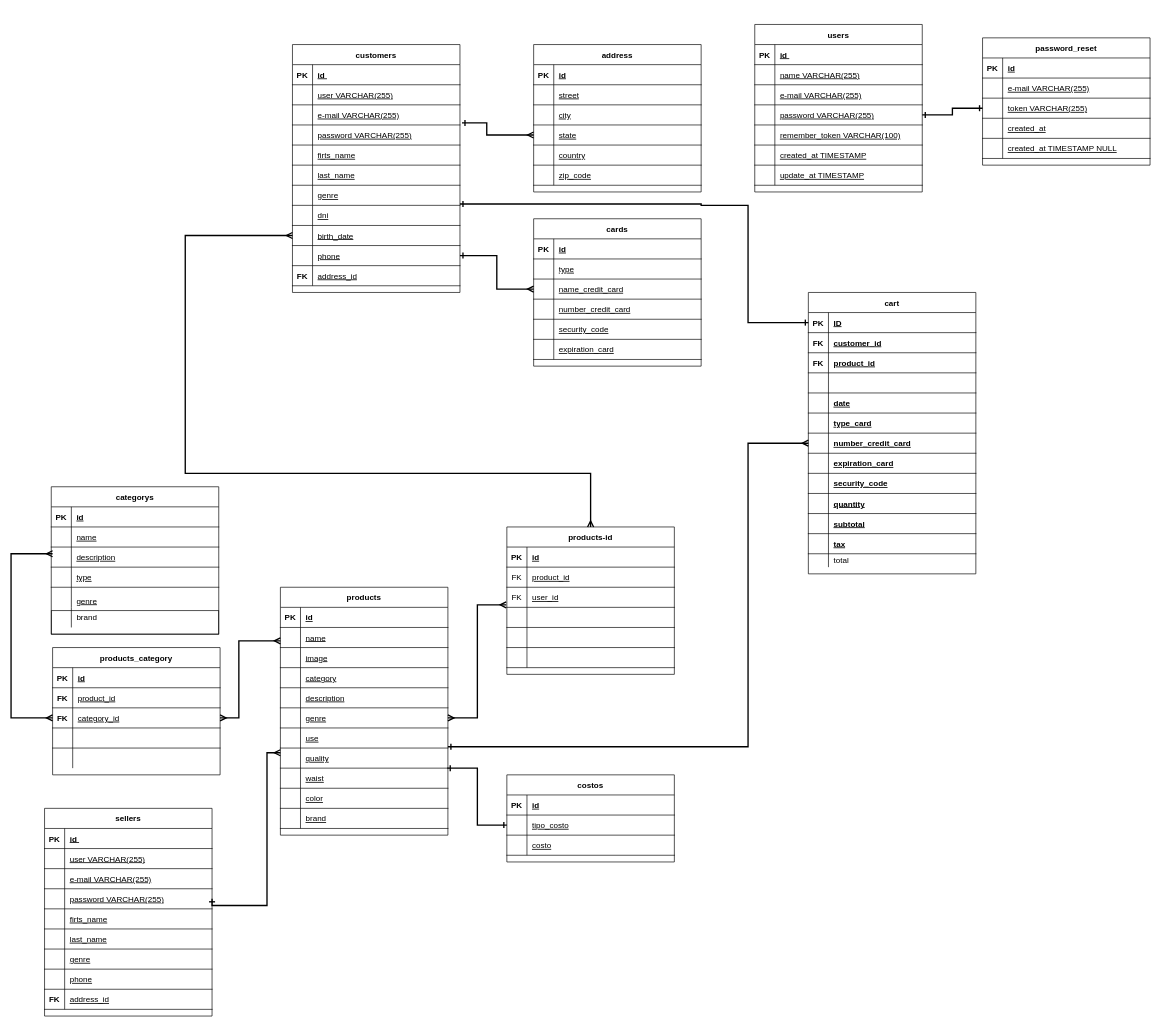
Before: Untitled Diagram.drawio in canetemauricio/equipo11, a draw.io diagram. Source tidied: cells renumbered, new cells numbered last; positions are measured from the earlier drawing's top-left corner, leaving out a move shared by most shapes. Both pictures are drawn from the tidied source at 67%, with x=0, y=0 at pixel (11, 24).
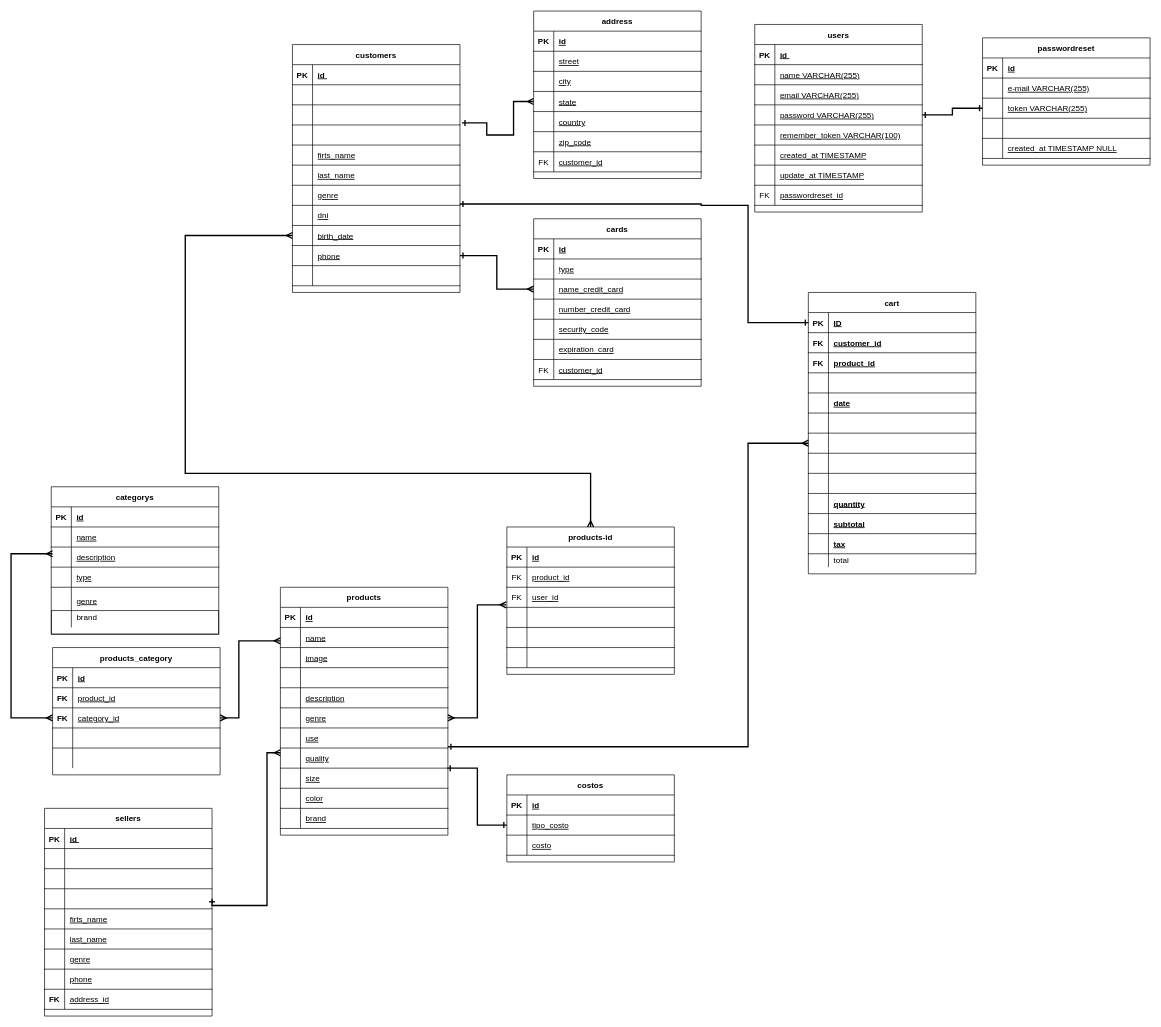
The same diagram, later.

Unchanged cells that the change refers to:
```xml
<mxCell id="7" style="shape=partialRectangle;fillColor=none;top=0;left=0;right=0;bottom=1;fontStyle=0;" parent="3" vertex="1">
  <mxGeometry y="60" width="250" height="30" as="geometry" />
</mxCell>
<mxCell id="10" style="shape=partialRectangle;fillColor=none;top=0;left=0;right=0;bottom=1;fontStyle=0;" parent="3" vertex="1">
  <mxGeometry y="90" width="250" height="30" as="geometry" />
</mxCell>
<mxCell id="13" style="shape=partialRectangle;fillColor=none;top=0;left=0;right=0;bottom=1;fontStyle=0;" parent="3" vertex="1">
  <mxGeometry y="120" width="250" height="30" as="geometry" />
</mxCell>
<mxCell id="34" style="shape=partialRectangle;fillColor=none;top=0;left=0;right=0;bottom=1;fontStyle=0;" parent="3" vertex="1">
  <mxGeometry y="330" width="250" height="30" as="geometry" />
</mxCell>
<mxCell id="47" style="shape=partialRectangle;fillColor=none;top=0;left=0;right=0;bottom=1;fontStyle=0;" parent="37" vertex="1">
  <mxGeometry y="120" width="250" height="30" as="geometry" />
</mxCell>
<mxCell id="62" style="shape=partialRectangle;fillColor=none;points=[[0,0.5],[1,0.5]];portConstraint=eastwest;top=0;left=0;right=0;bottom=1;fontStyle=0;" parent="37" vertex="1">
  <mxGeometry y="270" width="250" height="30" as="geometry" />
</mxCell>
<mxCell id="87" style="shape=partialRectangle;fillColor=none;top=0;left=0;right=0;bottom=1;" parent="71" vertex="1">
  <mxGeometry y="180" width="250" height="30" as="geometry" />
</mxCell>
<mxCell id="90" style="shape=partialRectangle;fillColor=none;points=[[0,0.5],[1,0.5]];portConstraint=eastwest;top=0;left=0;right=0;bottom=1;" parent="71" vertex="1">
  <mxGeometry y="210" width="250" height="30" as="geometry" />
</mxCell>
<mxCell id="93" style="shape=partialRectangle;fillColor=none;top=0;left=0;right=0;bottom=1;" parent="71" vertex="1">
  <mxGeometry y="240" width="250" height="30" as="geometry" />
</mxCell>
<mxCell id="96" style="shape=partialRectangle;fillColor=none;top=0;left=0;right=0;bottom=1;" parent="71" vertex="1">
  <mxGeometry y="270" width="250" height="30" as="geometry" />
</mxCell>
<mxCell id="140" style="shape=partialRectangle;fillColor=none;points=[[0,0.5],[1,0.5]];portConstraint=eastwest;top=0;left=0;right=0;bottom=1;fontStyle=0;" parent="130" vertex="1">
  <mxGeometry y="120" width="250" height="30" as="geometry" />
</mxCell>
<mxCell id="183" style="shape=partialRectangle;fillColor=none;top=0;left=0;right=0;bottom=1;fontStyle=0;" parent="173" vertex="1">
  <mxGeometry y="120" width="250" height="30" as="geometry" />
</mxCell>
<mxCell id="198" style="shape=partialRectangle;fillColor=none;top=0;left=0;right=0;bottom=1;fontStyle=0;" parent="191" vertex="1">
  <mxGeometry y="90" width="250" height="30" as="geometry" />
</mxCell>
<mxCell id="220" style="shape=partialRectangle;fillColor=none;top=0;left=0;right=0;bottom=1;fontStyle=0;" parent="216" vertex="1">
  <mxGeometry y="60" width="250" height="30" as="geometry" />
</mxCell>
<mxCell id="223" style="shape=partialRectangle;fillColor=none;top=0;left=0;right=0;bottom=1;fontStyle=0;" parent="216" vertex="1">
  <mxGeometry y="90" width="250" height="30" as="geometry" />
</mxCell>
<mxCell id="226" style="shape=partialRectangle;fillColor=none;points=[[0,0.5],[1,0.5]];portConstraint=eastwest;top=0;left=0;right=0;bottom=1;fontStyle=0;" parent="216" vertex="1">
  <mxGeometry y="120" width="250" height="30" as="geometry" />
</mxCell>
```

What changed in the source:
```diff
@@
-    <mxCell id="9" value="user VARCHAR(255)" style="shape=partialRectangle;overflow=hidden;fillColor=none;top=0;left=0;bottom=0;right=0;align=left;spacingLeft=6;fontStyle=4;" parent="7" vertex="1">
+    <mxCell id="9" style="shape=partialRectangle;overflow=hidden;fillColor=none;top=0;left=0;bottom=0;right=0;align=left;spacingLeft=6;fontStyle=4;" parent="7" vertex="1">
       <mxGeometry x="30" width="220" height="30" as="geometry" />
     </mxCell>
@@
-    <mxCell id="12" value="e-mail VARCHAR(255)" style="shape=partialRectangle;overflow=hidden;fillColor=none;top=0;left=0;bottom=0;right=0;align=left;spacingLeft=6;fontStyle=4;" parent="10" vertex="1">
+    <mxCell id="12" style="shape=partialRectangle;overflow=hidden;fillColor=none;top=0;left=0;bottom=0;right=0;align=left;spacingLeft=6;fontStyle=4;" parent="10" vertex="1">
       <mxGeometry x="30" width="220" height="30" as="geometry" />
     </mxCell>
@@
-    <mxCell id="15" value="password VARCHAR(255)" style="shape=partialRectangle;overflow=hidden;fillColor=none;top=0;left=0;bottom=0;right=0;align=left;spacingLeft=6;fontStyle=4;" parent="13" vertex="1">
+    <mxCell id="15" style="shape=partialRectangle;overflow=hidden;fillColor=none;top=0;left=0;bottom=0;right=0;align=left;spacingLeft=6;fontStyle=4;" parent="13" vertex="1">
       <mxGeometry x="30" width="220" height="30" as="geometry" />
     </mxCell>
@@
-    <mxCell id="35" value="FK" style="shape=partialRectangle;overflow=hidden;fillColor=none;top=0;left=0;bottom=0;right=0;fontStyle=1;labelBorderColor=none;" parent="34" vertex="1">
+    <mxCell id="35" style="shape=partialRectangle;overflow=hidden;fillColor=none;top=0;left=0;bottom=0;right=0;fontStyle=1;labelBorderColor=none;" parent="34" vertex="1">
       <mxGeometry width="30" height="30" as="geometry" />
     </mxCell>
-    <mxCell id="36" value="address_id" style="shape=partialRectangle;overflow=hidden;fillColor=none;top=0;left=0;bottom=0;right=0;align=left;spacingLeft=6;fontStyle=4;" parent="34" vertex="1">
+    <mxCell id="36" style="shape=partialRectangle;overflow=hidden;fillColor=none;top=0;left=0;bottom=0;right=0;align=left;spacingLeft=6;fontStyle=4;" parent="34" vertex="1">
       <mxGeometry x="30" width="220" height="30" as="geometry" />
     </mxCell>
@@
-    <mxCell id="49" value="category" style="shape=partialRectangle;overflow=hidden;fillColor=none;top=0;left=0;bottom=0;right=0;align=left;spacingLeft=6;fontStyle=4;" parent="47" vertex="1">
+    <mxCell id="49" style="shape=partialRectangle;overflow=hidden;fillColor=none;top=0;left=0;bottom=0;right=0;align=left;spacingLeft=6;fontStyle=4;" parent="47" vertex="1">
       <mxGeometry x="30" width="220" height="30" as="geometry" />
     </mxCell>
@@
-    <mxCell id="64" value="waist" style="shape=partialRectangle;overflow=hidden;fillColor=none;top=0;left=0;bottom=0;right=0;align=left;spacingLeft=6;fontStyle=4;" parent="62" vertex="1">
+    <mxCell id="64" value="size" style="shape=partialRectangle;overflow=hidden;fillColor=none;top=0;left=0;bottom=0;right=0;align=left;spacingLeft=6;fontStyle=4;" parent="62" vertex="1">
       <mxGeometry x="30" width="220" height="30" as="geometry" />
     </mxCell>
@@
-    <mxCell id="89" value="type_card" style="shape=partialRectangle;overflow=hidden;fillColor=none;top=0;left=0;bottom=0;right=0;align=left;spacingLeft=6;fontStyle=5;" parent="87" vertex="1">
+    <mxCell id="89" style="shape=partialRectangle;overflow=hidden;fillColor=none;top=0;left=0;bottom=0;right=0;align=left;spacingLeft=6;fontStyle=5;" parent="87" vertex="1">
       <mxGeometry x="30" width="220" height="30" as="geometry" />
     </mxCell>
@@
-    <mxCell id="92" value="number_credit_card" style="shape=partialRectangle;overflow=hidden;fillColor=none;top=0;left=0;bottom=0;right=0;align=left;spacingLeft=6;fontStyle=5;" parent="90" vertex="1">
+    <mxCell id="92" style="shape=partialRectangle;overflow=hidden;fillColor=none;top=0;left=0;bottom=0;right=0;align=left;spacingLeft=6;fontStyle=5;" parent="90" vertex="1">
       <mxGeometry x="30" width="220" height="30" as="geometry" />
     </mxCell>
@@
-    <mxCell id="95" value="expiration_card" style="shape=partialRectangle;overflow=hidden;fillColor=none;top=0;left=0;bottom=0;right=0;align=left;spacingLeft=6;fontStyle=5;" parent="93" vertex="1">
+    <mxCell id="95" style="shape=partialRectangle;overflow=hidden;fillColor=none;top=0;left=0;bottom=0;right=0;align=left;spacingLeft=6;fontStyle=5;" parent="93" vertex="1">
       <mxGeometry x="30" width="220" height="30" as="geometry" />
     </mxCell>
@@
-    <mxCell id="98" value="security_code" style="shape=partialRectangle;overflow=hidden;fillColor=none;top=0;left=0;bottom=0;right=0;align=left;spacingLeft=6;fontStyle=5;" parent="96" vertex="1">
+    <mxCell id="98" style="shape=partialRectangle;overflow=hidden;fillColor=none;top=0;left=0;bottom=0;right=0;align=left;spacingLeft=6;fontStyle=5;" parent="96" vertex="1">
       <mxGeometry x="30" width="220" height="30" as="geometry" />
     </mxCell>
@@
     <mxCell id="111" value="cards" style="shape=table;startSize=30;childLayout=tableLayout;rowLines=0;fontStyle=1;align=center;" parent="1" vertex="1">
-      <mxGeometry x="780" y="290" width="250" height="220" as="geometry" />
+      <mxGeometry x="780" y="290" width="250" height="250" as="geometry" />
     </mxCell>
@@
+    <mxCell id="299" style="shape=partialRectangle;fillColor=none;top=0;left=0;right=0;bottom=1;fontStyle=0;" parent="111" vertex="1">
+      <mxGeometry y="210" width="250" height="30" as="geometry" />
+    </mxCell>
+    <mxCell id="300" value="FK" style="shape=partialRectangle;overflow=hidden;fillColor=none;top=0;left=0;bottom=0;right=0;fontStyle=0;" parent="299" vertex="1">
+      <mxGeometry width="30" height="30" as="geometry" />
+    </mxCell>
+    <mxCell id="301" value="customer_id" style="shape=partialRectangle;overflow=hidden;fillColor=none;top=0;left=0;bottom=0;right=0;align=left;spacingLeft=6;fontStyle=4;" parent="299" vertex="1">
+      <mxGeometry x="30" width="220" height="30" as="geometry" />
+    </mxCell>
     <mxCell id="130" value="address" style="shape=table;startSize=30;childLayout=tableLayout;rowLines=0;fontStyle=1;align=center;" parent="1" vertex="1">
-      <mxGeometry x="780" y="30" width="250" height="220" as="geometry" />
+      <mxGeometry x="780" y="-20" width="250" height="250" as="geometry" />
     </mxCell>
@@
+    <mxCell id="302" style="shape=partialRectangle;fillColor=none;top=0;left=0;right=0;bottom=1;fontStyle=0;" parent="130" vertex="1">
+      <mxGeometry y="210" width="250" height="30" as="geometry" />
+    </mxCell>
+    <mxCell id="303" value="FK" style="shape=partialRectangle;overflow=hidden;fillColor=none;top=0;left=0;bottom=0;right=0;fontStyle=0;" parent="302" vertex="1">
+      <mxGeometry width="30" height="30" as="geometry" />
+    </mxCell>
+    <mxCell id="304" value="customer_id" style="shape=partialRectangle;overflow=hidden;fillColor=none;top=0;left=0;bottom=0;right=0;align=left;spacingLeft=6;fontStyle=4;" parent="302" vertex="1">
+      <mxGeometry x="30" width="220" height="30" as="geometry" />
+    </mxCell>
@@
-    <mxCell id="173" value="password_reset" style="shape=table;startSize=30;childLayout=tableLayout;rowLines=0;fontStyle=1;align=center;" parent="1" vertex="1">
+    <mxCell id="173" value="passwordreset" style="shape=table;startSize=30;childLayout=tableLayout;rowLines=0;fontStyle=1;align=center;" parent="1" vertex="1">
       <mxGeometry x="1450" y="20" width="250" height="190" as="geometry" />
     </mxCell>
@@
-    <mxCell id="185" value="created_at" style="shape=partialRectangle;overflow=hidden;fillColor=none;top=0;left=0;bottom=0;right=0;align=left;spacingLeft=6;fontStyle=4;" parent="183" vertex="1">
+    <mxCell id="185" style="shape=partialRectangle;overflow=hidden;fillColor=none;top=0;left=0;bottom=0;right=0;align=left;spacingLeft=6;fontStyle=4;" parent="183" vertex="1">
       <mxGeometry x="30" width="220" height="30" as="geometry" />
     </mxCell>
@@
     <mxCell id="191" value="users" style="shape=table;startSize=30;childLayout=tableLayout;rowLines=0;fontStyle=1;align=center;" parent="1" vertex="1">
-      <mxGeometry x="1110" width="250" height="250" as="geometry" />
+      <mxGeometry x="1110" width="250" height="280" as="geometry" />
     </mxCell>
@@
-    <mxCell id="200" value="e-mail VARCHAR(255)" style="shape=partialRectangle;overflow=hidden;fillColor=none;top=0;left=0;bottom=0;right=0;align=left;spacingLeft=6;fontStyle=4;" parent="198" vertex="1">
+    <mxCell id="200" value="email VARCHAR(255)" style="shape=partialRectangle;overflow=hidden;fillColor=none;top=0;left=0;bottom=0;right=0;align=left;spacingLeft=6;fontStyle=4;" parent="198" vertex="1">
       <mxGeometry x="30" width="220" height="30" as="geometry" />
     </mxCell>
@@
+    <mxCell id="305" style="shape=partialRectangle;fillColor=none;top=0;left=0;right=0;bottom=1;fontStyle=0;" parent="191" vertex="1">
+      <mxGeometry y="240" width="250" height="30" as="geometry" />
+    </mxCell>
+    <mxCell id="306" value="FK" style="shape=partialRectangle;overflow=hidden;fillColor=none;top=0;left=0;bottom=0;right=0;fontStyle=0;" parent="305" vertex="1">
+      <mxGeometry width="30" height="30" as="geometry" />
+    </mxCell>
+    <mxCell id="307" value="passwordreset_id" style="shape=partialRectangle;overflow=hidden;fillColor=none;top=0;left=0;bottom=0;right=0;align=left;spacingLeft=6;fontStyle=4;" parent="305" vertex="1">
+      <mxGeometry x="30" width="220" height="30" as="geometry" />
+    </mxCell>
@@
     <mxCell id="215" style="edgeStyle=orthogonalEdgeStyle;rounded=0;jettySize=auto;html=1;startArrow=ERmany;startFill=0;endArrow=ERone;endFill=0;strokeWidth=2;exitX=0;exitY=0.5;exitDx=0;exitDy=0;" parent="1" edge="1" source="140">
       <mxGeometry relative="1" as="geometry">
         <mxPoint x="673" y="147" as="targetPoint" />
         <Array as="points">
+          <mxPoint x="750" y="115" />
+          <mxPoint x="750" y="165" />
           <mxPoint x="710" y="165" />
           <mxPoint x="710" y="147" />
         </Array>
       </mxGeometry>
     </mxCell>
@@
-    <mxCell id="222" value="user VARCHAR(255)" style="shape=partialRectangle;overflow=hidden;fillColor=none;top=0;left=0;bottom=0;right=0;align=left;spacingLeft=6;fontStyle=4;" parent="220" vertex="1">
+    <mxCell id="222" style="shape=partialRectangle;overflow=hidden;fillColor=none;top=0;left=0;bottom=0;right=0;align=left;spacingLeft=6;fontStyle=4;" parent="220" vertex="1">
       <mxGeometry x="30" width="220" height="30" as="geometry" />
     </mxCell>
@@
-    <mxCell id="225" value="e-mail VARCHAR(255)" style="shape=partialRectangle;overflow=hidden;fillColor=none;top=0;left=0;bottom=0;right=0;align=left;spacingLeft=6;fontStyle=4;" parent="223" vertex="1">
+    <mxCell id="225" style="shape=partialRectangle;overflow=hidden;fillColor=none;top=0;left=0;bottom=0;right=0;align=left;spacingLeft=6;fontStyle=4;" parent="223" vertex="1">
       <mxGeometry x="30" width="220" height="30" as="geometry" />
     </mxCell>
@@
-    <mxCell id="228" value="password VARCHAR(255)" style="shape=partialRectangle;overflow=hidden;fillColor=none;top=0;left=0;bottom=0;right=0;align=left;spacingLeft=6;fontStyle=4;" parent="226" vertex="1">
+    <mxCell id="228" style="shape=partialRectangle;overflow=hidden;fillColor=none;top=0;left=0;bottom=0;right=0;align=left;spacingLeft=6;fontStyle=4;" parent="226" vertex="1">
       <mxGeometry x="30" width="220" height="30" as="geometry" />
     </mxCell>
```
